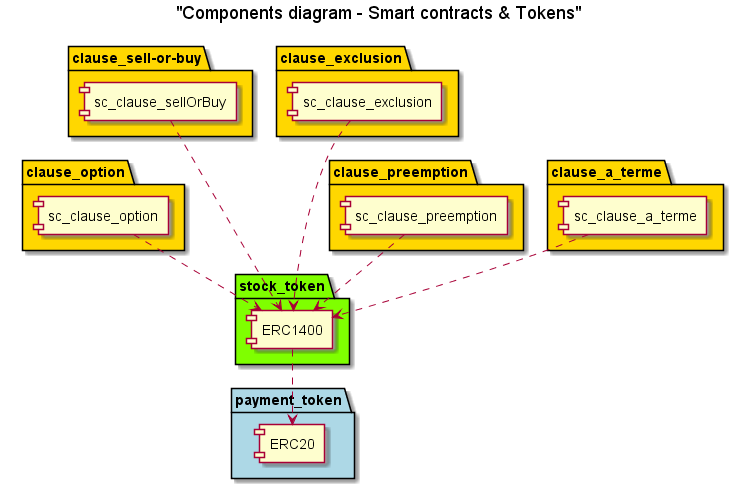
This is documentation/sources/lib_smart_contract.png from feraudt/open-clause, a PlantUML export, as it was before one commit. The source it was exported from:
```plantuml
@startuml

title "Components diagram - Smart contracts & Tokens"

package "payment_token" #LightBlue {
[ERC20]
}

package "stock_token" #Chartreuse {
[ERC1400]
}

[ERC1400] .down.> [ERC20]

package "clause_option" #Gold {
[sc_clause_option]
}

package "clause_sell-or-buy" #Gold {
[sc_clause_sellOrBuy]
}

package "clause_exclusion" #Gold {
[sc_clause_exclusion]
}

package "clause_preemption" #Gold {
[sc_clause_preemption]
}

package "clause_a_terme" #Gold {
[sc_clause_a_terme]
}

[sc_clause_option] .down.> [ERC1400]
[sc_clause_sellOrBuy] .down.-> [ERC1400]
[sc_clause_exclusion] .down.-> [ERC1400]
[sc_clause_preemption] .down.> [ERC1400]
[sc_clause_a_terme] .down.> [ERC1400]


@enduml
```
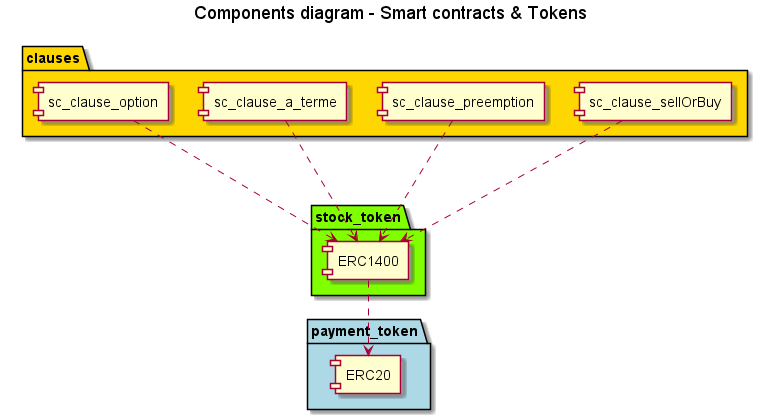
After the commit.

Commit message:
documentation option et forward

Change to the diagram source:
```diff
@@ -1,6 +1,6 @@
 @startuml
 
-title "Components diagram - Smart contracts & Tokens"
+title Components diagram - Smart contracts & Tokens
 
 package "payment_token" #LightBlue {
 [ERC20]
@@ -12,29 +12,15 @@
 
 [ERC1400] .down.> [ERC20]
 
-package "clause_option" #Gold {
+package "clauses" #Gold {
 [sc_clause_option]
-}
-
-package "clause_sell-or-buy" #Gold {
+[sc_clause_a_terme]
+[sc_clause_preemption]
 [sc_clause_sellOrBuy]
-}
-
-package "clause_exclusion" #Gold {
-[sc_clause_exclusion]
-}
-
-package "clause_preemption" #Gold {
-[sc_clause_preemption]
-}
-
-package "clause_a_terme" #Gold {
-[sc_clause_a_terme]
 }
 
 [sc_clause_option] .down.> [ERC1400]
 [sc_clause_sellOrBuy] .down.-> [ERC1400]
-[sc_clause_exclusion] .down.-> [ERC1400]
 [sc_clause_preemption] .down.> [ERC1400]
 [sc_clause_a_terme] .down.> [ERC1400]
 
```
